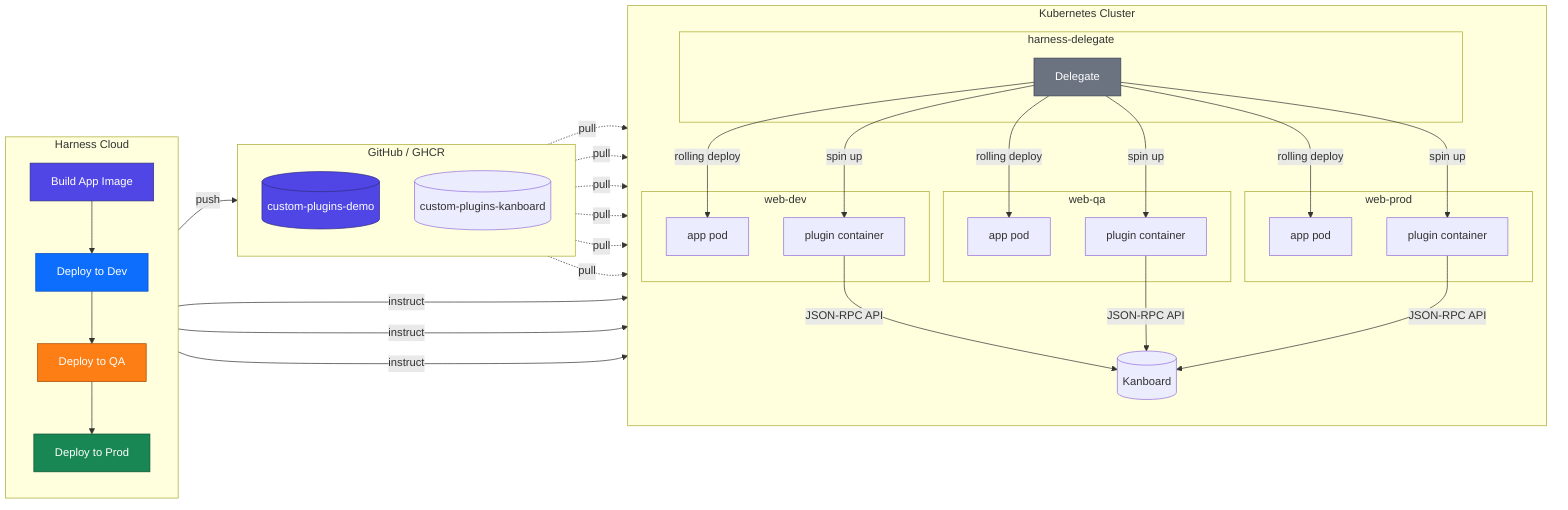
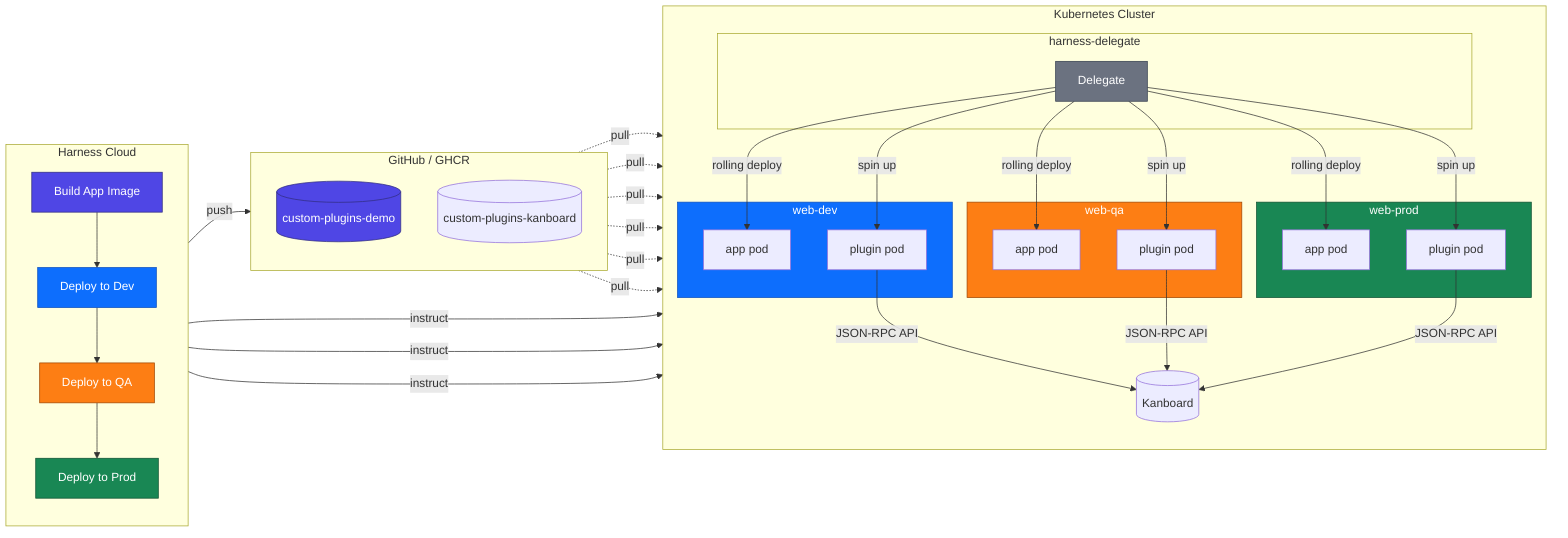
flowchart LR
    subgraph Harness["Harness Cloud"]
        direction TB
        Build["Build App Image"]
        DeployDev["Deploy to Dev"]
        DeployQA["Deploy to QA"]
        DeployProd["Deploy to Prod"]
        Build --> DeployDev --> DeployQA --> DeployProd
    end

    subgraph GH["GitHub / GHCR"]
        direction TB
        AppImg[("custom-plugins-demo")]
        PluginImg[("custom-plugins-kanboard")]
    end

    subgraph K8s["Kubernetes Cluster"]
        direction TB
        subgraph nsdel["harness-delegate"]
            Delegate["Delegate"]
        end
        subgraph nsdev["web-dev"]
            PodDev["app pod"]
-             CtrDev["plugin container"]
+             CtrDev["plugin pod"]
        end
        subgraph nsqa["web-qa"]
            PodQA["app pod"]
-             CtrQA["plugin container"]
+             CtrQA["plugin pod"]
        end
        subgraph nsprod["web-prod"]
            PodProd["app pod"]
-             CtrProd["plugin container"]
+             CtrProd["plugin pod"]
        end
        KB[("Kanboard")]
    end

    Build -->|push| AppImg

    AppImg -.->|pull| PodDev
    AppImg -.->|pull| PodQA
    AppImg -.->|pull| PodProd
    PluginImg -.->|pull| CtrDev
    PluginImg -.->|pull| CtrQA
    PluginImg -.->|pull| CtrProd

    DeployDev -->|instruct| Delegate
    DeployQA -->|instruct| Delegate
    DeployProd -->|instruct| Delegate

    Delegate -->|rolling deploy| PodDev
    Delegate -->|rolling deploy| PodQA
    Delegate -->|rolling deploy| PodProd
    Delegate -->|"spin up"| CtrDev
    Delegate -->|"spin up"| CtrQA
    Delegate -->|"spin up"| CtrProd

    CtrDev -->|JSON-RPC API| KB
    CtrQA -->|JSON-RPC API| KB
    CtrProd -->|JSON-RPC API| KB

    style Build fill:#4f46e5,stroke:#312e81,color:#fff
    style AppImg fill:#4f46e5,stroke:#312e81,color:#fff
    style DeployDev fill:#0d6efd,stroke:#0a4fbf,color:#fff
+     style nsdev fill:#0d6efd,stroke:#0a4fbf,color:#fff
    style DeployQA fill:#fd7e14,stroke:#a04600,color:#fff
+     style nsqa fill:#fd7e14,stroke:#a04600,color:#fff
    style DeployProd fill:#198754,stroke:#0f5132,color:#fff
+     style nsprod fill:#198754,stroke:#0f5132,color:#fff
    style Delegate fill:#6b7280,stroke:#374151,color:#fff
